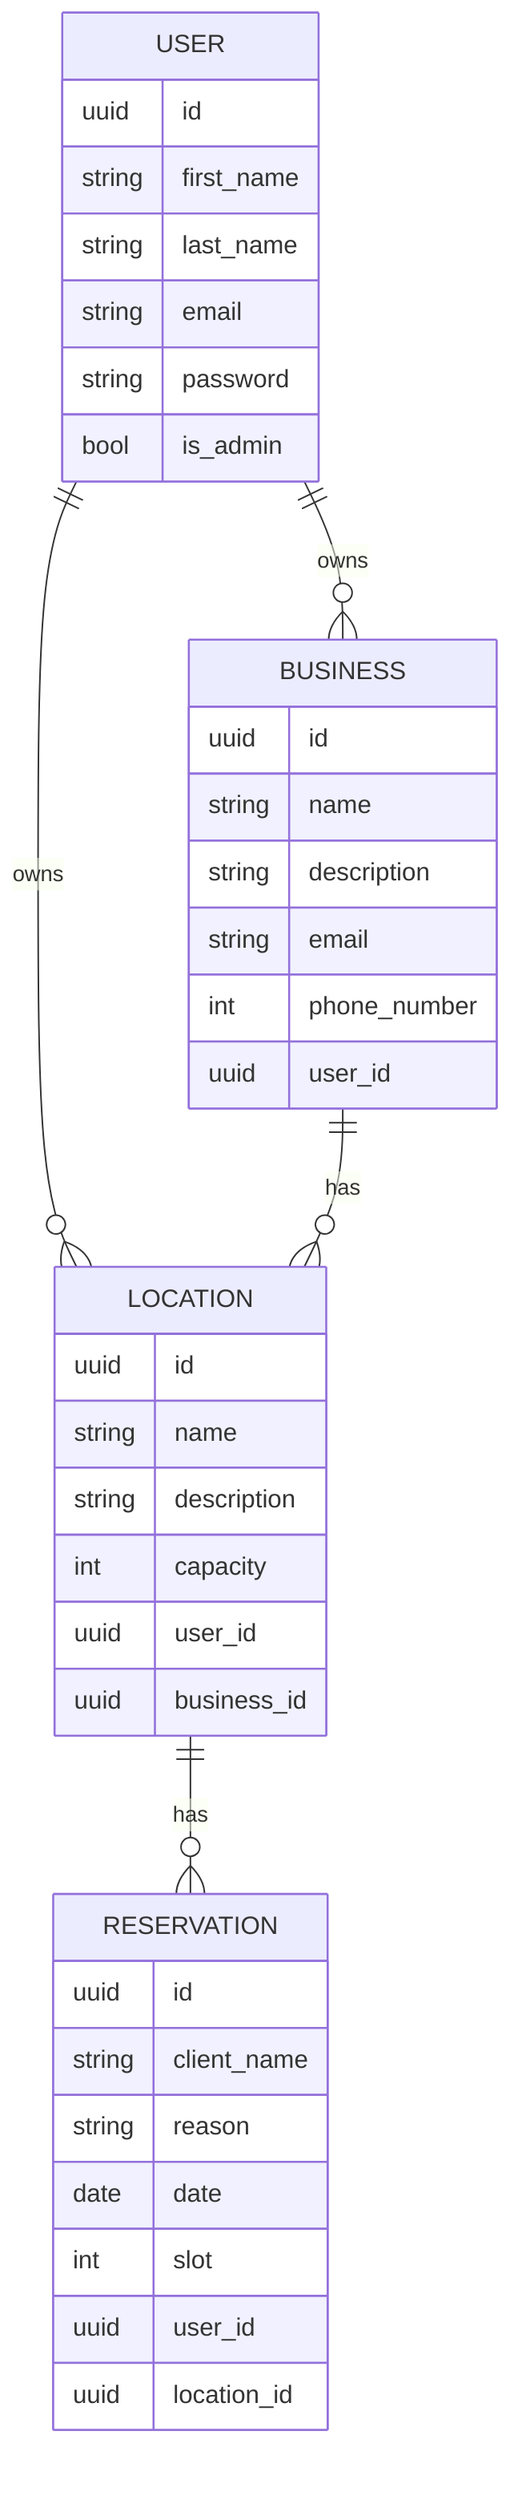
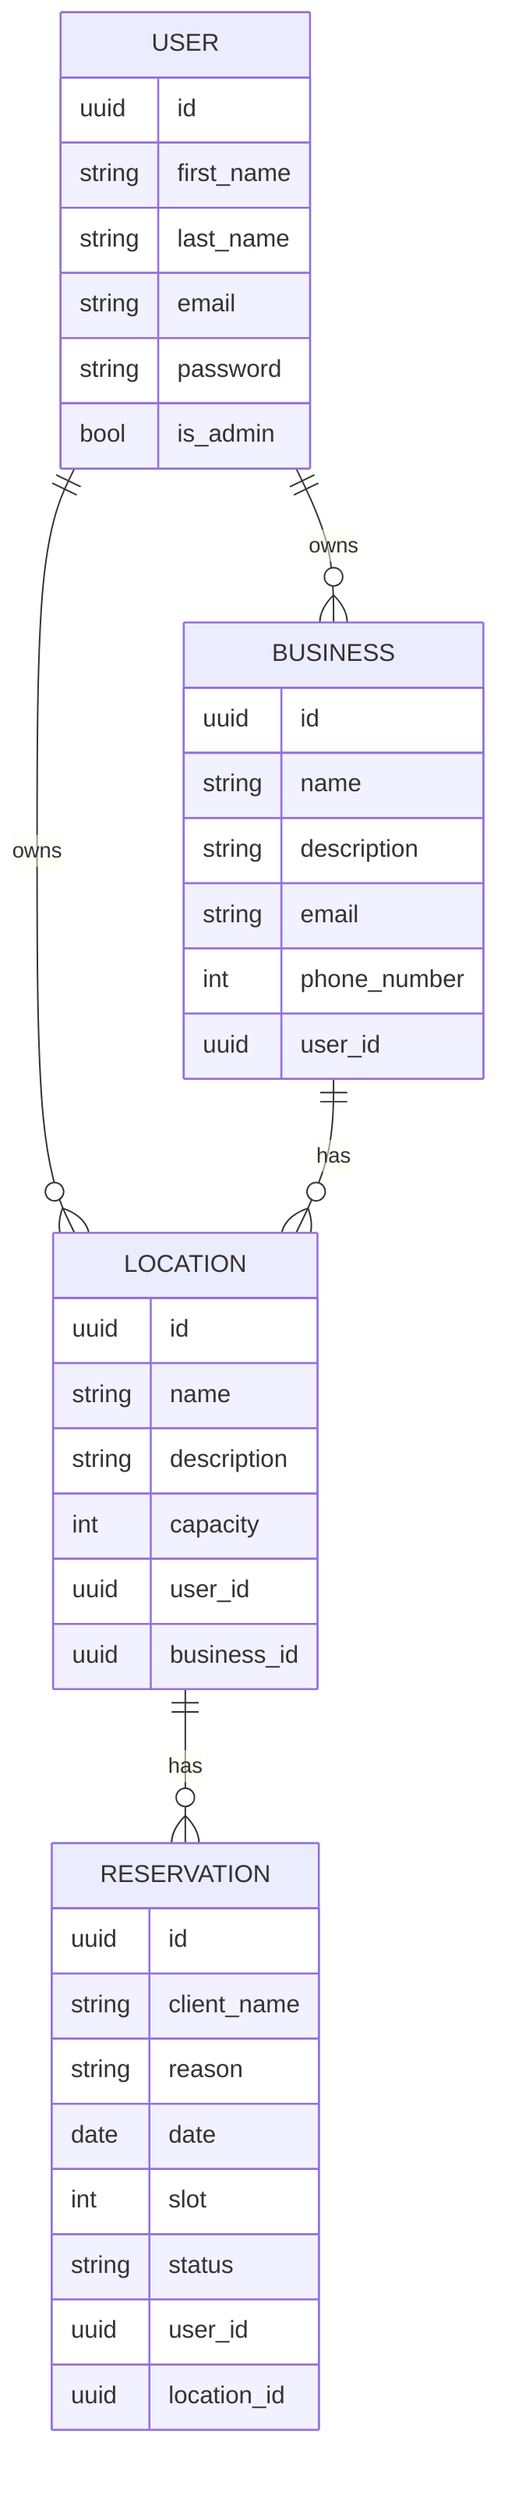
erDiagram
    USER {
        uuid id
        string first_name
        string last_name
        string email
        string password
        bool is_admin
    }
    BUSINESS {
        uuid id
        string name
        string description
        string email
        int phone_number
        uuid user_id
    }
    LOCATION {
        uuid id
        string name
        string description
        int capacity
        uuid user_id
        uuid business_id
    }
    RESERVATION {
        uuid id
        string client_name
        string reason
        date date
        int slot
+         string status
        uuid user_id
        uuid location_id
    }

    USER ||--o{ BUSINESS: owns
    USER ||--o{ LOCATION: owns
    BUSINESS ||--o{ LOCATION: has
    LOCATION ||--o{ RESERVATION: has

